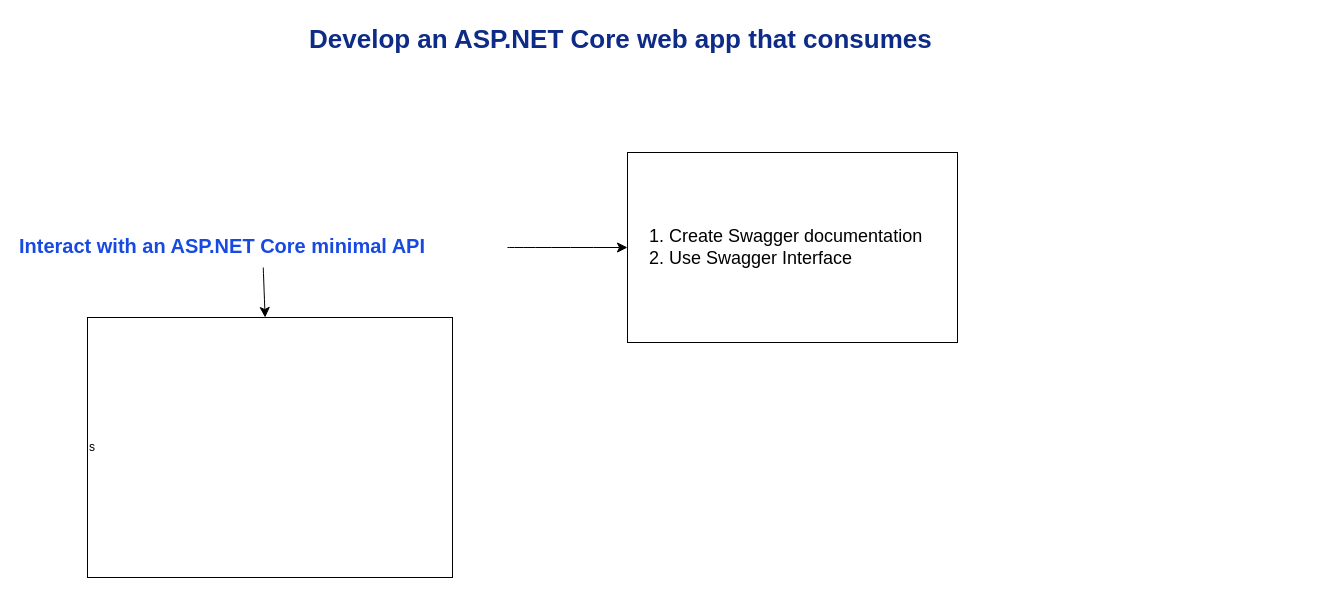
ROME08/Training-ASP.NET keeps this draw.io diagram as page "Page-2" (2 of 2) of List of Tutorials.drawio. Above is the earlier version. Source tidied: cells renumbered, new cells numbered last; positions are measured from the earlier drawing's top-left corner, leaving out a move shared by most shapes. Both pictures are drawn from the tidied source at 100%, with x=0, y=0 at pixel (17, 17).
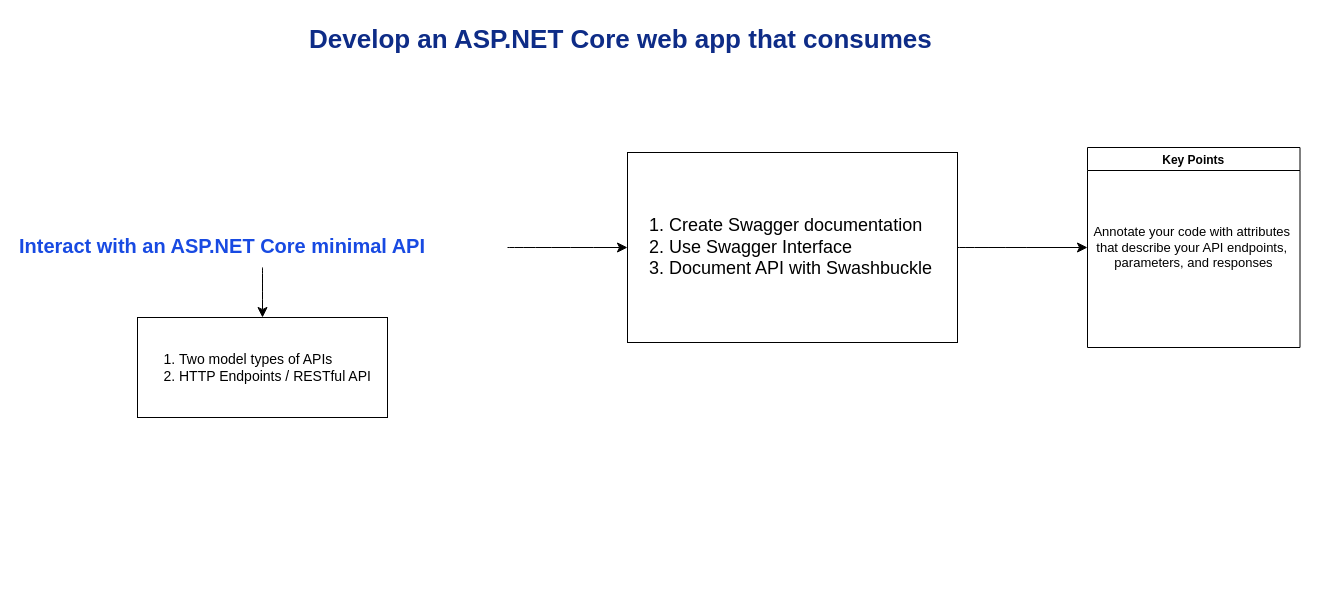
After the change.

Commit message:
Interact with minimal API.drawio

Change to the diagram source:
```diff
@@
 <mxGraphModel>
   <root>
     <mxCell id="0" />
     <mxCell id="1" parent="0" />
     <mxCell id="2" style="edgeStyle=none;curved=1;rounded=0;jettySize=auto;html=1;fontSize=12;startSize=8;endSize=8;" parent="1" edge="1" source="4" target="6">
       <mxGeometry relative="1" as="geometry" />
     </mxCell>
     <mxCell id="3" style="edgeStyle=none;curved=1;rounded=0;jettySize=auto;html=1;fontSize=12;startSize=8;endSize=8;" parent="1" edge="1" source="4" target="7">
       <mxGeometry relative="1" as="geometry" />
     </mxCell>
     <mxCell id="4" value="&lt;h1 style=&quot;margin-top: 0px; font-size: 20px;&quot;&gt;Interact with an ASP.NET Core minimal API&lt;/h1&gt;" style="text;html=1;whiteSpace=wrap;overflow=hidden;rounded=0;fontSize=20;fontColor=#184ae2;" parent="1" vertex="1">
       <mxGeometry y="210" width="490" height="40" as="geometry" />
     </mxCell>
     <mxCell id="5" value="Develop an ASP.NET Core web app that consumes an API" style="text;html=1;whiteSpace=wrap;overflow=hidden;rounded=0;fontSize=26;fontColor=#0E2C87;fontStyle=1;" parent="1" vertex="1">
       <mxGeometry x="290" width="630" height="40" as="geometry" />
     </mxCell>
+    <mxCell id="8" style="edgeStyle=none;curved=1;rounded=0;jettySize=auto;html=1;fontSize=12;startSize=8;endSize=8;entryX=0;entryY=0.5;entryDx=0;entryDy=0;" parent="1" edge="1" source="6" target="9">
+      <mxGeometry relative="1" as="geometry" />
+    </mxCell>
-    <mxCell id="6" value="&lt;ol style=&quot;font-size: 18px;&quot;&gt;&lt;li&gt;Create Swagger documentation&lt;/li&gt;&lt;li&gt;Use Swagger Interface&lt;/li&gt;&lt;/ol&gt;" style="whiteSpace=wrap;html=1;align=left;" parent="1" vertex="1">
+    <mxCell id="6" value="&lt;ol style=&quot;font-size: 18px;&quot;&gt;&lt;li&gt;Create Swagger documentation&lt;/li&gt;&lt;li&gt;Use Swagger Interface&lt;/li&gt;&lt;li&gt;Document API with Swashbuckle&lt;/li&gt;&lt;/ol&gt;" style="whiteSpace=wrap;html=1;align=left;" parent="1" vertex="1">
       <mxGeometry x="610" y="135" width="330" height="190" as="geometry" />
     </mxCell>
-    <mxCell id="7" value="s" style="whiteSpace=wrap;html=1;align=left;" parent="1" vertex="1">
-      <mxGeometry x="70" y="300" width="365" height="260" as="geometry" />
+    <mxCell id="7" value="&lt;p&gt;&lt;/p&gt;&lt;ol style=&quot;font-size: 14px;&quot;&gt;&lt;li style=&quot;&quot;&gt;Two model types of APIs&lt;/li&gt;&lt;li style=&quot;&quot;&gt;HTTP Endpoints / RESTful API&lt;/li&gt;&lt;/ol&gt;&lt;p&gt;&lt;/p&gt;" style="whiteSpace=wrap;html=1;align=left;" parent="1" vertex="1">
+      <mxGeometry x="120" y="300" width="250" height="100" as="geometry" />
     </mxCell>
+    <mxCell id="9" value="Key Points" style="swimlane;" parent="1" vertex="1">
+      <mxGeometry x="1070" y="130" width="212.5" height="200" as="geometry" />
+    </mxCell>
+    <mxCell id="10" value="&lt;span style=&quot;background-color: initial; font-size: 13px;&quot;&gt;Annotate your code with attributes&amp;nbsp;&lt;/span&gt;&lt;div style=&quot;font-size: 13px;&quot;&gt;&lt;span style=&quot;background-color: initial; font-size: 13px;&quot;&gt;that describe your API endpoints,&amp;nbsp;&lt;/span&gt;&lt;/div&gt;&lt;div style=&quot;font-size: 13px;&quot;&gt;&lt;span style=&quot;background-color: initial; font-size: 13px;&quot;&gt;parameters, and responses&lt;/span&gt;&lt;/div&gt;" style="text;html=1;align=center;verticalAlign=middle;strokeColor=none;fillColor=none;fontSize=13;" parent="9" vertex="1">
+      <mxGeometry x="-3.8" y="70" width="220" height="60" as="geometry" />
+    </mxCell>
   </root>
 </mxGraphModel>
```
